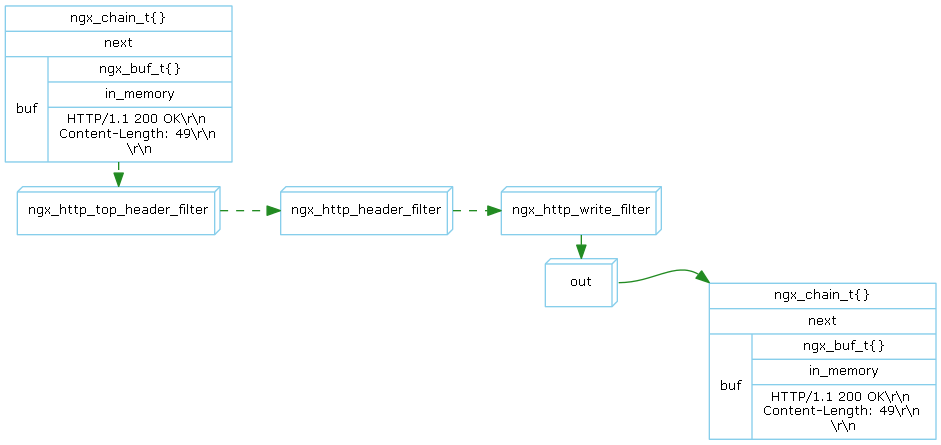
This is doc/Graph/http_output/http_header_filter.png from lingjf/nginx_analyse, a Graphviz export, as it was before one commit. Its source is kept beside it as doc/Graph/http_output/http_header_filter.gv. Its diagram source:
```dot
digraph ngx_header_filter {

   rankdir=LR;
   node [shape=record, color=skyblue, fontname="Verdana", fontsize=10];
   edge [color=forestgreen, fontname="Verdana", fontsize=10];

   ngx_chain_t1 [label="<head>ngx_chain_t\{\}|<next>next|{buf|{ngx_buf_t\{\}|in_memory|HTTP/1.1 200 OK\\r\\n \nContent-Length: 49\\r\\n \n\\r\\n}}"];

   ngx_http_top_header_filter [shape=box3d];
   ngx_http_header_filter [shape=box3d];
   ngx_http_write_filter [shape=box3d];

   out [shape=box3d];
   ngx_chain_t2 [label="<head>ngx_chain_t\{\}|<next>next|{buf|{ngx_buf_t\{\}|in_memory|HTTP/1.1 200 OK\\r\\n \nContent-Length: 49\\r\\n \n\\r\\n}}"];

   ngx_chain_t1 -> ngx_http_top_header_filter -> ngx_http_header_filter -> ngx_http_write_filter [weight=9, style="dashed"];

   ngx_http_write_filter -> out;
   out:e -> ngx_chain_t2:head:nw;


   {rank=same; ngx_chain_t1;ngx_http_top_header_filter;};

   {rank=same; ngx_http_write_filter;out;};
}
```
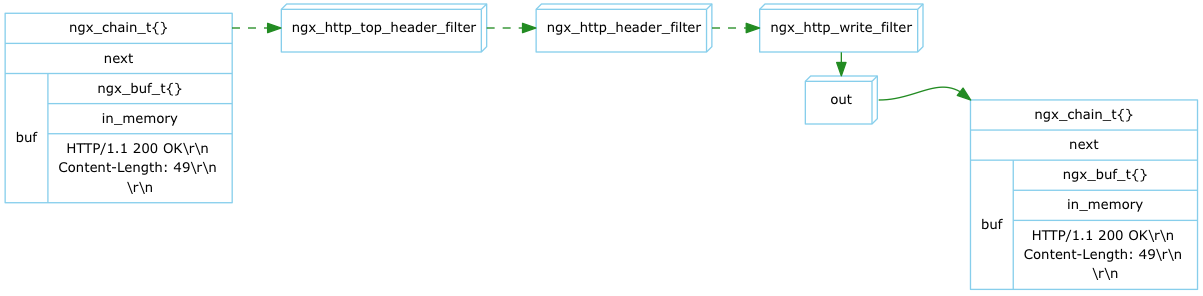
Above is the later version.

Diff of the diagram source:
```diff
@@ -13,13 +13,11 @@
    out [shape=box3d];
    ngx_chain_t2 [label="<head>ngx_chain_t\{\}|<next>next|{buf|{ngx_buf_t\{\}|in_memory|HTTP/1.1 200 OK\\r\\n \nContent-Length: 49\\r\\n \n\\r\\n}}"];
 
-   ngx_chain_t1 -> ngx_http_top_header_filter -> ngx_http_header_filter -> ngx_http_write_filter [weight=9, style="dashed"];
+   ngx_chain_t1:head -> ngx_http_top_header_filter -> ngx_http_header_filter -> ngx_http_write_filter [weight=9, style="dashed"];
 
    ngx_http_write_filter -> out;
    out:e -> ngx_chain_t2:head:nw;
 
 
-   {rank=same; ngx_chain_t1;ngx_http_top_header_filter;};
-
    {rank=same; ngx_http_write_filter;out;};
 }
```
